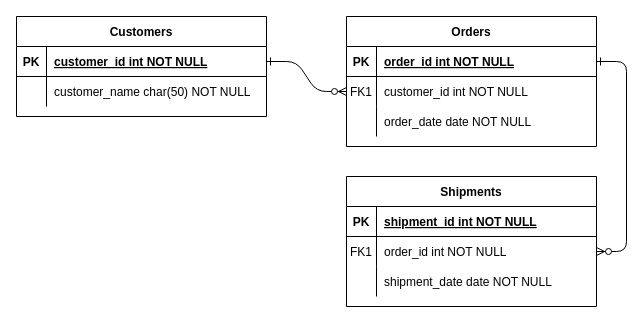
Before: titan_help_db.drawio in Saereth/TitanHelpApplication, a draw.io diagram. Source tidied: cells renumbered, new cells numbered last; positions are measured from the earlier drawing's top-left corner, leaving out a move shared by most shapes. Both pictures are drawn from the tidied source at 100%, with x=0, y=0 at pixel (16, 16).
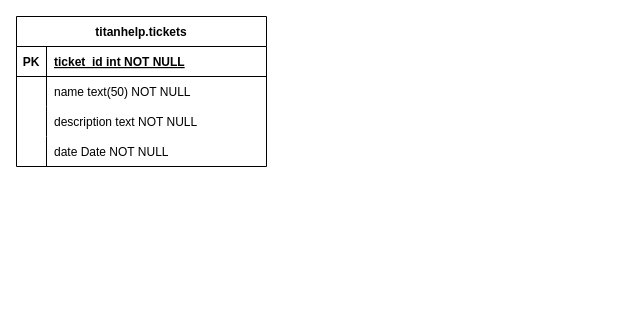
The same diagram, later.

The change refers to these unchanged cells:
```xml
<mxCell id="25" style="shape=partialRectangle;fillColor=none;points=[[0,0.5],[1,0.5]];portConstraint=eastwest;top=0;left=0;right=0;bottom=1;" parent="24" vertex="1">
  <mxGeometry y="30" width="250" height="30" as="geometry" />
</mxCell>
<mxCell id="28" style="shape=partialRectangle;fillColor=none;top=0;left=0;right=0;bottom=0;" parent="24" vertex="1">
  <mxGeometry y="60" width="250" height="30" as="geometry" />
</mxCell>
```

Change to the diagram source:
```diff
@@
-    <mxCell id="2" style="edgeStyle=entityRelationEdgeStyle;endArrow=ERzeroToMany;startArrow=ERone;endFill=1;startFill=0;" parent="1" edge="1" source="25" target="8">
-      <mxGeometry relative="1" as="geometry" />
-    </mxCell>
-    <mxCell id="3" style="edgeStyle=entityRelationEdgeStyle;endArrow=ERzeroToMany;startArrow=ERone;endFill=1;startFill=0;" parent="1" edge="1" source="5" target="18">
-      <mxGeometry relative="1" as="geometry" />
-    </mxCell>
-    <mxCell id="4" value="Orders" style="shape=table;startSize=30;childLayout=tableLayout;rowLines=0;fontStyle=1;align=center;" parent="1" vertex="1">
-      <mxGeometry x="330" width="250" height="130" as="geometry" />
-    </mxCell>
-    <mxCell id="5" style="shape=partialRectangle;fillColor=none;points=[[0,0.5],[1,0.5]];portConstraint=eastwest;top=0;left=0;right=0;bottom=1;" parent="4" vertex="1">
-      <mxGeometry y="30" width="250" height="30" as="geometry" />
-    </mxCell>
-    <mxCell id="6" value="PK" style="shape=partialRectangle;overflow=hidden;fillColor=none;top=0;left=0;bottom=0;right=0;fontStyle=1;" parent="5" vertex="1">
-      <mxGeometry width="30" height="30" as="geometry" />
-    </mxCell>
-    <mxCell id="7" value="order_id int NOT NULL " style="shape=partialRectangle;overflow=hidden;fillColor=none;top=0;left=0;bottom=0;right=0;align=left;spacingLeft=6;fontStyle=5;" parent="5" vertex="1">
-      <mxGeometry x="30" width="220" height="30" as="geometry" />
-    </mxCell>
-    <mxCell id="8" style="shape=partialRectangle;fillColor=none;points=[[0,0.5],[1,0.5]];portConstraint=eastwest;top=0;left=0;right=0;bottom=0;" parent="4" vertex="1">
-      <mxGeometry y="60" width="250" height="30" as="geometry" />
-    </mxCell>
-    <mxCell id="9" value="FK1" style="shape=partialRectangle;overflow=hidden;fillColor=none;top=0;left=0;bottom=0;right=0;" parent="8" vertex="1">
-      <mxGeometry width="30" height="30" as="geometry" />
-    </mxCell>
-    <mxCell id="10" value="customer_id int NOT NULL" style="shape=partialRectangle;overflow=hidden;fillColor=none;top=0;left=0;bottom=0;right=0;align=left;spacingLeft=6;" parent="8" vertex="1">
-      <mxGeometry x="30" width="220" height="30" as="geometry" />
-    </mxCell>
-    <mxCell id="11" style="shape=partialRectangle;fillColor=none;top=0;left=0;right=0;bottom=0;" parent="4" vertex="1">
-      <mxGeometry y="90" width="250" height="30" as="geometry" />
-    </mxCell>
-    <mxCell id="12" style="shape=partialRectangle;overflow=hidden;fillColor=none;top=0;left=0;bottom=0;right=0;" parent="11" vertex="1">
-      <mxGeometry width="30" height="30" as="geometry" />
-    </mxCell>
-    <mxCell id="13" value="order_date date NOT NULL" style="shape=partialRectangle;overflow=hidden;fillColor=none;top=0;left=0;bottom=0;right=0;align=left;spacingLeft=6;" parent="11" vertex="1">
-      <mxGeometry x="30" width="220" height="30" as="geometry" />
-    </mxCell>
-    <mxCell id="14" value="Shipments" style="shape=table;startSize=30;childLayout=tableLayout;rowLines=0;fontStyle=1;align=center;" parent="1" vertex="1">
-      <mxGeometry x="330" y="160" width="250" height="130" as="geometry" />
-    </mxCell>
-    <mxCell id="15" style="shape=partialRectangle;fillColor=none;top=0;left=0;right=0;bottom=1;" parent="14" vertex="1">
-      <mxGeometry y="30" width="250" height="30" as="geometry" />
-    </mxCell>
-    <mxCell id="16" value="PK" style="shape=partialRectangle;overflow=hidden;fillColor=none;top=0;left=0;bottom=0;right=0;fontStyle=1;" parent="15" vertex="1">
-      <mxGeometry width="30" height="30" as="geometry" />
-    </mxCell>
-    <mxCell id="17" value="shipment_id int NOT NULL " style="shape=partialRectangle;overflow=hidden;fillColor=none;top=0;left=0;bottom=0;right=0;align=left;spacingLeft=6;fontStyle=5;" parent="15" vertex="1">
-      <mxGeometry x="30" width="220" height="30" as="geometry" />
-    </mxCell>
-    <mxCell id="18" style="shape=partialRectangle;fillColor=none;points=[[0,0.5],[1,0.5]];portConstraint=eastwest;top=0;left=0;right=0;bottom=0;" parent="14" vertex="1">
-      <mxGeometry y="60" width="250" height="30" as="geometry" />
-    </mxCell>
-    <mxCell id="19" value="FK1" style="shape=partialRectangle;overflow=hidden;fillColor=none;top=0;left=0;bottom=0;right=0;" parent="18" vertex="1">
-      <mxGeometry width="30" height="30" as="geometry" />
-    </mxCell>
-    <mxCell id="20" value="order_id int NOT NULL" style="shape=partialRectangle;overflow=hidden;fillColor=none;top=0;left=0;bottom=0;right=0;align=left;spacingLeft=6;" parent="18" vertex="1">
-      <mxGeometry x="30" width="220" height="30" as="geometry" />
-    </mxCell>
-    <mxCell id="21" style="shape=partialRectangle;fillColor=none;top=0;left=0;right=0;bottom=0;" parent="14" vertex="1">
-      <mxGeometry y="90" width="250" height="30" as="geometry" />
-    </mxCell>
-    <mxCell id="22" style="shape=partialRectangle;overflow=hidden;fillColor=none;top=0;left=0;bottom=0;right=0;" parent="21" vertex="1">
-      <mxGeometry width="30" height="30" as="geometry" />
-    </mxCell>
-    <mxCell id="23" value="shipment_date date NOT NULL" style="shape=partialRectangle;overflow=hidden;fillColor=none;top=0;left=0;bottom=0;right=0;align=left;spacingLeft=6;" parent="21" vertex="1">
-      <mxGeometry x="30" width="220" height="30" as="geometry" />
-    </mxCell>
-    <mxCell id="24" value="Customers" style="shape=table;startSize=30;childLayout=tableLayout;rowLines=0;fontStyle=1;align=center;" parent="1" vertex="1">
-      <mxGeometry width="250" height="100" as="geometry" />
+    <mxCell id="24" value="titanhelp.tickets" style="shape=table;startSize=30;childLayout=tableLayout;rowLines=0;fontStyle=1;align=center;" parent="1" vertex="1">
+      <mxGeometry width="250" height="150" as="geometry" />
     </mxCell>
@@
-    <mxCell id="27" value="customer_id int NOT NULL " style="shape=partialRectangle;overflow=hidden;fillColor=none;top=0;left=0;bottom=0;right=0;align=left;spacingLeft=6;fontStyle=5;" parent="25" vertex="1">
+    <mxCell id="27" value="ticket_id int NOT NULL " style="shape=partialRectangle;overflow=hidden;fillColor=none;top=0;left=0;bottom=0;right=0;align=left;spacingLeft=6;fontStyle=5;" parent="25" vertex="1">
       <mxGeometry x="30" width="220" height="30" as="geometry" />
     </mxCell>
@@
-    <mxCell id="30" value="customer_name char(50) NOT NULL" style="shape=partialRectangle;overflow=hidden;fillColor=none;top=0;left=0;bottom=0;right=0;align=left;spacingLeft=6;" parent="28" vertex="1">
+    <mxCell id="30" value="name text(50) NOT NULL" style="shape=partialRectangle;overflow=hidden;fillColor=none;top=0;left=0;bottom=0;right=0;align=left;spacingLeft=6;" parent="28" vertex="1">
       <mxGeometry x="30" width="220" height="30" as="geometry" />
     </mxCell>
+    <mxCell id="31" style="shape=partialRectangle;fillColor=none;top=0;left=0;right=0;bottom=0;" parent="24" vertex="1">
+      <mxGeometry y="90" width="250" height="30" as="geometry" />
+    </mxCell>
+    <mxCell id="32" style="shape=partialRectangle;overflow=hidden;fillColor=none;top=0;left=0;bottom=0;right=0;" parent="31" vertex="1">
+      <mxGeometry width="30" height="30" as="geometry" />
+    </mxCell>
+    <mxCell id="33" value="description text NOT NULL" style="shape=partialRectangle;overflow=hidden;fillColor=none;top=0;left=0;bottom=0;right=0;align=left;spacingLeft=6;" parent="31" vertex="1">
+      <mxGeometry x="30" width="220" height="30" as="geometry" />
+    </mxCell>
+    <mxCell id="34" style="shape=partialRectangle;fillColor=none;top=0;left=0;right=0;bottom=0;" parent="24" vertex="1">
+      <mxGeometry y="120" width="250" height="30" as="geometry" />
+    </mxCell>
+    <mxCell id="35" style="shape=partialRectangle;overflow=hidden;fillColor=none;top=0;left=0;bottom=0;right=0;" parent="34" vertex="1">
+      <mxGeometry width="30" height="30" as="geometry" />
+    </mxCell>
+    <mxCell id="36" value="date Date NOT NULL" style="shape=partialRectangle;overflow=hidden;fillColor=none;top=0;left=0;bottom=0;right=0;align=left;spacingLeft=6;" parent="34" vertex="1">
+      <mxGeometry x="30" width="220" height="30" as="geometry" />
+    </mxCell>
```
